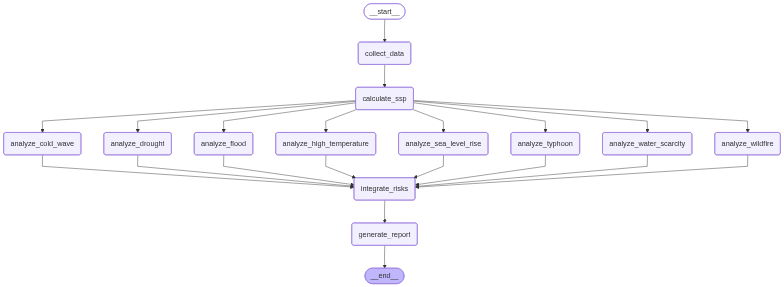
Before: workflow_diagram.png, a diagram exported from Mermaid (On-Do-Polaris/polaris_backend_fastapi). Its source is kept beside it as workflow_diagram.mmd. Its diagram source:
```mermaid
---
config:
  flowchart:
    curve: linear
---
graph TD;
	__start__([<p>__start__</p>]):::first
	collect_data(collect_data)
	calculate_ssp(calculate_ssp)
	analyze_high_temperature(analyze_high_temperature)
	analyze_cold_wave(analyze_cold_wave)
	analyze_sea_level_rise(analyze_sea_level_rise)
	analyze_drought(analyze_drought)
	analyze_wildfire(analyze_wildfire)
	analyze_typhoon(analyze_typhoon)
	analyze_water_scarcity(analyze_water_scarcity)
	analyze_flood(analyze_flood)
	integrate_risks(integrate_risks)
	generate_report(generate_report)
	__end__([<p>__end__</p>]):::last
	__start__ --> collect_data;
	analyze_cold_wave --> integrate_risks;
	analyze_drought --> integrate_risks;
	analyze_flood --> integrate_risks;
	analyze_high_temperature --> integrate_risks;
	analyze_sea_level_rise --> integrate_risks;
	analyze_typhoon --> integrate_risks;
	analyze_water_scarcity --> integrate_risks;
	analyze_wildfire --> integrate_risks;
	calculate_ssp --> analyze_cold_wave;
	calculate_ssp --> analyze_drought;
	calculate_ssp --> analyze_flood;
	calculate_ssp --> analyze_high_temperature;
	calculate_ssp --> analyze_sea_level_rise;
	calculate_ssp --> analyze_typhoon;
	calculate_ssp --> analyze_water_scarcity;
	calculate_ssp --> analyze_wildfire;
	collect_data --> calculate_ssp;
	integrate_risks --> generate_report;
	generate_report --> __end__;
	classDef default fill:#f2f0ff,line-height:1.2
	classDef first fill-opacity:0
	classDef last fill:#bfb6fc
```
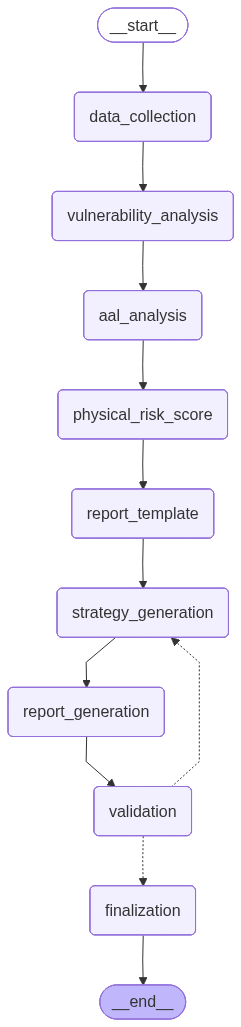
After the commit.

What changed in the source:
```diff
@@ -5,39 +5,27 @@
 ---
 graph TD;
 	__start__([<p>__start__</p>]):::first
-	collect_data(collect_data)
-	calculate_ssp(calculate_ssp)
-	analyze_high_temperature(analyze_high_temperature)
-	analyze_cold_wave(analyze_cold_wave)
-	analyze_sea_level_rise(analyze_sea_level_rise)
-	analyze_drought(analyze_drought)
-	analyze_wildfire(analyze_wildfire)
-	analyze_typhoon(analyze_typhoon)
-	analyze_water_scarcity(analyze_water_scarcity)
-	analyze_flood(analyze_flood)
-	integrate_risks(integrate_risks)
-	generate_report(generate_report)
+	data_collection(data_collection)
+	vulnerability_analysis(vulnerability_analysis)
+	physical_risk_score(physical_risk_score)
+	aal_analysis(aal_analysis)
+	report_template(report_template)
+	strategy_generation(strategy_generation)
+	report_generation(report_generation)
+	validation(validation)
+	finalization(finalization)
 	__end__([<p>__end__</p>]):::last
-	__start__ --> collect_data;
-	analyze_cold_wave --> integrate_risks;
-	analyze_drought --> integrate_risks;
-	analyze_flood --> integrate_risks;
-	analyze_high_temperature --> integrate_risks;
-	analyze_sea_level_rise --> integrate_risks;
-	analyze_typhoon --> integrate_risks;
-	analyze_water_scarcity --> integrate_risks;
-	analyze_wildfire --> integrate_risks;
-	calculate_ssp --> analyze_cold_wave;
-	calculate_ssp --> analyze_drought;
-	calculate_ssp --> analyze_flood;
-	calculate_ssp --> analyze_high_temperature;
-	calculate_ssp --> analyze_sea_level_rise;
-	calculate_ssp --> analyze_typhoon;
-	calculate_ssp --> analyze_water_scarcity;
-	calculate_ssp --> analyze_wildfire;
-	collect_data --> calculate_ssp;
-	integrate_risks --> generate_report;
-	generate_report --> __end__;
+	__start__ --> data_collection;
+	aal_analysis --> physical_risk_score;
+	data_collection --> vulnerability_analysis;
+	physical_risk_score --> report_template;
+	report_generation --> validation;
+	report_template --> strategy_generation;
+	strategy_generation --> report_generation;
+	validation -.-> finalization;
+	validation -.-> strategy_generation;
+	vulnerability_analysis --> aal_analysis;
+	finalization --> __end__;
 	classDef default fill:#f2f0ff,line-height:1.2
 	classDef first fill-opacity:0
 	classDef last fill:#bfb6fc
```
